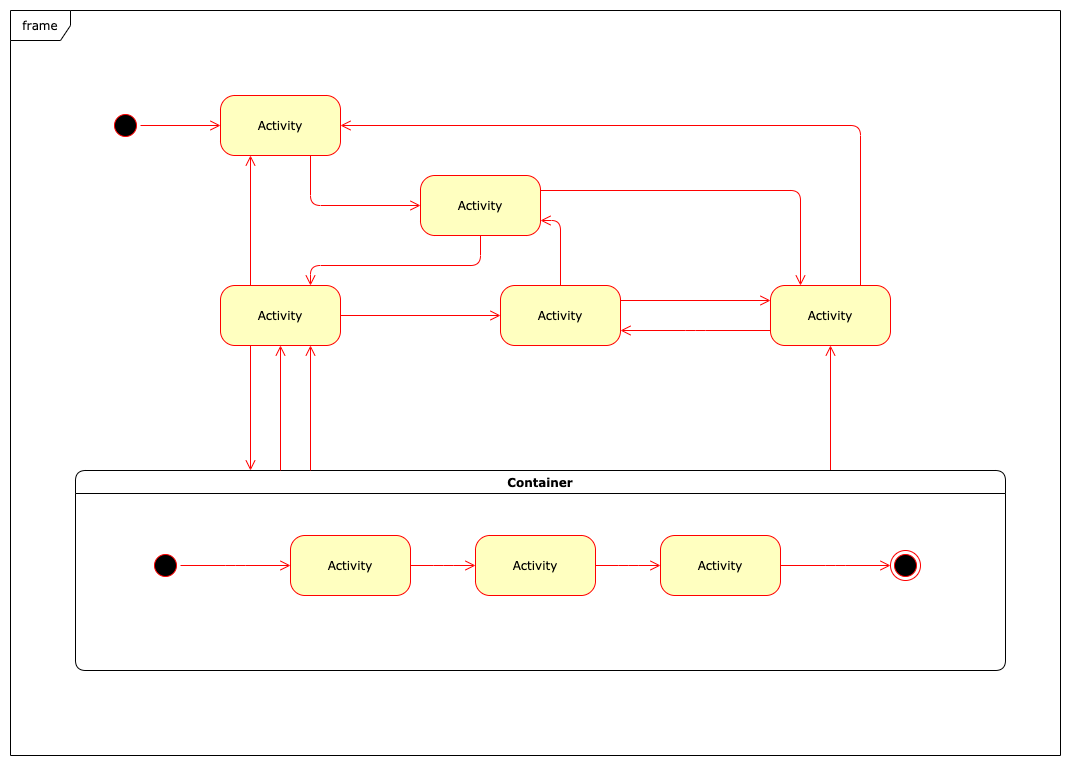
The draw.io diagram images/state-diagram.png in bartosz-lipinski/supplychain-mgmt, before a commit. Source tidied: cells renumbered, new cells last; positions are measured from the earlier drawing's top-left corner, leaving out a move shared by most shapes.
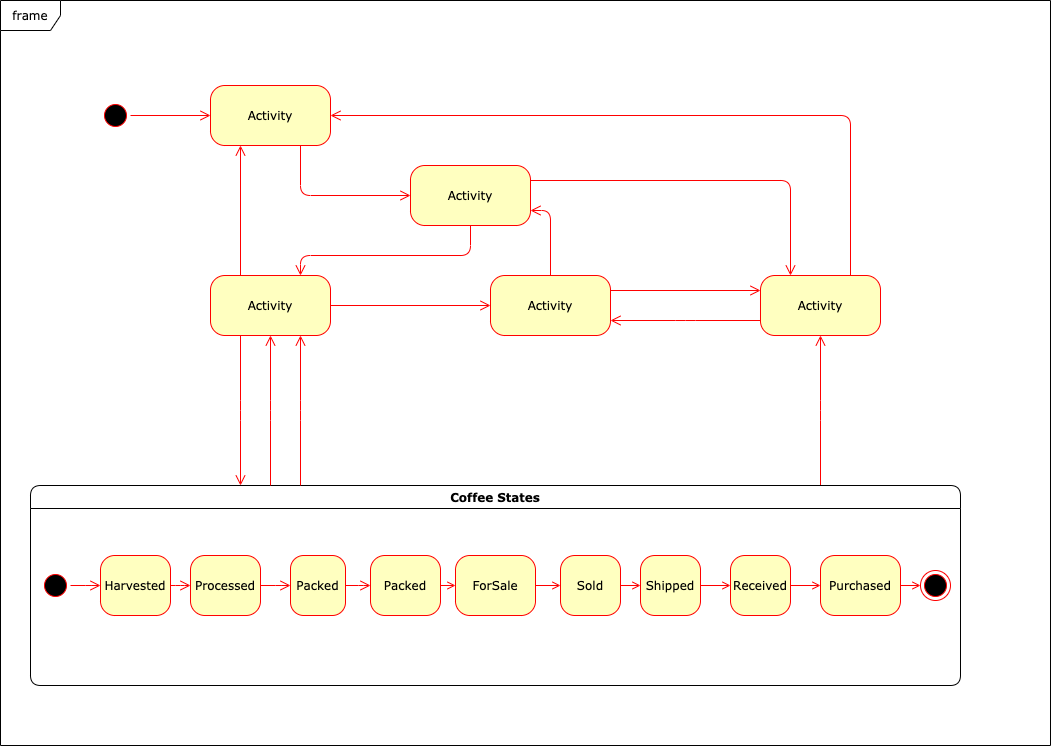
The same file after the commit.

Change to the diagram source:
```diff
@@ -2,6 +2,9 @@
   <root>
     <mxCell id="0" />
     <mxCell id="1" parent="0" />
+    <mxCell id="22" value="frame" style="shape=umlFrame;whiteSpace=wrap;html=1;rounded=1;shadow=0;comic=0;labelBackgroundColor=none;strokeWidth=1;fontFamily=Verdana;fontSize=12;align=center;" parent="1" vertex="1">
+      <mxGeometry width="1050" height="745" as="geometry" />
+    </mxCell>
     <mxCell id="2" style="ellipse;html=1;shape=startState;fillColor=#000000;strokeColor=#ff0000;rounded=1;shadow=0;comic=0;labelBackgroundColor=none;fontFamily=Verdana;fontSize=12;fontColor=#000000;align=center;direction=south;" parent="1" vertex="1">
       <mxGeometry x="100" y="100" width="30" height="30" as="geometry" />
     </mxCell>
@@ -36,39 +39,33 @@
     <mxCell id="11" style="edgeStyle=elbowEdgeStyle;html=1;labelBackgroundColor=none;endArrow=open;endSize=8;strokeColor=#ff0000;fontFamily=Verdana;fontSize=12;align=left;" parent="1" edge="1" source="12" target="9">
       <mxGeometry relative="1" as="geometry" />
     </mxCell>
-    <mxCell id="12" value="Container" style="swimlane;whiteSpace=wrap;html=1;rounded=1;shadow=0;comic=0;labelBackgroundColor=none;strokeWidth=1;fontFamily=Verdana;fontSize=12;align=center;" parent="1" vertex="1">
-      <mxGeometry x="65" y="460" width="930" height="200" as="geometry" />
+    <mxCell id="12" value="Coffee States" style="swimlane;whiteSpace=wrap;html=1;rounded=1;shadow=0;comic=0;labelBackgroundColor=none;strokeWidth=1;fontFamily=Verdana;fontSize=12;align=center;startSize=23;" parent="1" vertex="1">
+      <mxGeometry x="30" y="485" width="930" height="200" as="geometry" />
     </mxCell>
     <mxCell id="13" style="edgeStyle=elbowEdgeStyle;html=1;labelBackgroundColor=none;endArrow=open;endSize=8;strokeColor=#ff0000;fontFamily=Verdana;fontSize=12;align=left;" parent="12" edge="1" source="14" target="19">
       <mxGeometry relative="1" as="geometry" />
     </mxCell>
-    <mxCell id="14" value="Activity" style="rounded=1;whiteSpace=wrap;html=1;arcSize=24;fillColor=#ffffc0;strokeColor=#ff0000;shadow=0;comic=0;labelBackgroundColor=none;fontFamily=Verdana;fontSize=12;fontColor=#000000;align=center;" parent="12" vertex="1">
-      <mxGeometry x="215" y="65" width="120" height="60" as="geometry" />
+    <mxCell id="14" value="Harvested" style="rounded=1;whiteSpace=wrap;html=1;arcSize=24;fillColor=#ffffc0;strokeColor=#ff0000;shadow=0;comic=0;labelBackgroundColor=none;fontFamily=Verdana;fontSize=12;fontColor=#000000;align=center;" parent="12" vertex="1">
+      <mxGeometry x="70" y="70" width="70" height="60" as="geometry" />
     </mxCell>
     <mxCell id="15" style="ellipse;html=1;shape=endState;fillColor=#000000;strokeColor=#ff0000;rounded=1;shadow=0;comic=0;labelBackgroundColor=none;fontFamily=Verdana;fontSize=12;fontColor=#000000;align=center;" parent="12" vertex="1">
-      <mxGeometry x="815" y="80" width="30" height="30" as="geometry" />
+      <mxGeometry x="890" y="85" width="30" height="30" as="geometry" />
     </mxCell>
     <mxCell id="16" style="edgeStyle=elbowEdgeStyle;html=1;labelBackgroundColor=none;endArrow=open;endSize=8;strokeColor=#ff0000;fontFamily=Verdana;fontSize=12;align=left;" parent="12" edge="1" source="17" target="14">
       <mxGeometry relative="1" as="geometry" />
     </mxCell>
     <mxCell id="17" style="ellipse;html=1;shape=startState;fillColor=#000000;strokeColor=#ff0000;rounded=1;shadow=0;comic=0;labelBackgroundColor=none;fontFamily=Verdana;fontSize=12;fontColor=#000000;align=center;direction=south;" parent="12" vertex="1">
-      <mxGeometry x="75" y="80" width="30" height="30" as="geometry" />
+      <mxGeometry x="10" y="85" width="30" height="30" as="geometry" />
     </mxCell>
     <mxCell id="18" style="edgeStyle=elbowEdgeStyle;html=1;labelBackgroundColor=none;endArrow=open;endSize=8;strokeColor=#ff0000;fontFamily=Verdana;fontSize=12;align=left;" parent="12" edge="1" source="19" target="21">
       <mxGeometry relative="1" as="geometry" />
     </mxCell>
-    <mxCell id="19" value="Activity" style="rounded=1;whiteSpace=wrap;html=1;arcSize=24;fillColor=#ffffc0;strokeColor=#ff0000;shadow=0;comic=0;labelBackgroundColor=none;fontFamily=Verdana;fontSize=12;fontColor=#000000;align=center;" parent="12" vertex="1">
-      <mxGeometry x="400" y="65" width="120" height="60" as="geometry" />
+    <mxCell id="19" value="Processed" style="rounded=1;whiteSpace=wrap;html=1;arcSize=24;fillColor=#ffffc0;strokeColor=#ff0000;shadow=0;comic=0;labelBackgroundColor=none;fontFamily=Verdana;fontSize=12;fontColor=#000000;align=center;" parent="12" vertex="1">
+      <mxGeometry x="160" y="70" width="70" height="60" as="geometry" />
     </mxCell>
-    <mxCell id="20" style="edgeStyle=elbowEdgeStyle;html=1;labelBackgroundColor=none;endArrow=open;endSize=8;strokeColor=#ff0000;fontFamily=Verdana;fontSize=12;align=left;" parent="12" edge="1" source="21" target="15">
-      <mxGeometry relative="1" as="geometry" />
-    </mxCell>
-    <mxCell id="21" value="Activity" style="rounded=1;whiteSpace=wrap;html=1;arcSize=24;fillColor=#ffffc0;strokeColor=#ff0000;shadow=0;comic=0;labelBackgroundColor=none;fontFamily=Verdana;fontSize=12;fontColor=#000000;align=center;" parent="12" vertex="1">
-      <mxGeometry x="585" y="65" width="120" height="60" as="geometry" />
+    <mxCell id="21" value="Packed" style="rounded=1;whiteSpace=wrap;html=1;arcSize=24;fillColor=#ffffc0;strokeColor=#ff0000;shadow=0;comic=0;labelBackgroundColor=none;fontFamily=Verdana;fontSize=12;fontColor=#000000;align=center;" parent="12" vertex="1">
+      <mxGeometry x="260" y="70" width="55" height="60" as="geometry" />
     </mxCell>
-    <mxCell id="22" value="frame" style="shape=umlFrame;whiteSpace=wrap;html=1;rounded=1;shadow=0;comic=0;labelBackgroundColor=none;strokeWidth=1;fontFamily=Verdana;fontSize=12;align=center;" parent="1" vertex="1">
-      <mxGeometry width="1050" height="745" as="geometry" />
-    </mxCell>
     <mxCell id="23" style="edgeStyle=orthogonalEdgeStyle;html=1;labelBackgroundColor=none;endArrow=open;endSize=8;strokeColor=#ff0000;fontFamily=Verdana;fontSize=12;align=left;" parent="1" edge="1" source="2" target="4">
       <mxGeometry relative="1" as="geometry" />
     </mxCell>
@@ -108,5 +105,44 @@
     <mxCell id="32" style="edgeStyle=elbowEdgeStyle;html=1;labelBackgroundColor=none;endArrow=open;endSize=8;strokeColor=#ff0000;fontFamily=Verdana;fontSize=12;align=left;exitX=0.25;exitY=1;" parent="1" edge="1" source="3" target="12">
       <mxGeometry relative="1" as="geometry" />
     </mxCell>
+    <mxCell id="33" style="edgeStyle=orthogonalEdgeStyle;rounded=0;jettySize=auto;html=1;exitX=1;exitY=0.5;exitDx=0;exitDy=0;entryX=0;entryY=0.5;entryDx=0;entryDy=0;endArrow=open;endFill=0;strokeColor=#FF0000;" parent="1" edge="1" source="34" target="42">
+      <mxGeometry relative="1" as="geometry" />
+    </mxCell>
+    <mxCell id="34" value="Shipped" style="rounded=1;whiteSpace=wrap;html=1;arcSize=24;fillColor=#ffffc0;strokeColor=#ff0000;shadow=0;comic=0;labelBackgroundColor=none;fontFamily=Verdana;fontSize=12;fontColor=#000000;align=center;" parent="1" vertex="1">
+      <mxGeometry x="640" y="555" width="60" height="60" as="geometry" />
+    </mxCell>
+    <mxCell id="35" style="edgeStyle=orthogonalEdgeStyle;rounded=0;jettySize=auto;html=1;exitX=1;exitY=0.5;exitDx=0;exitDy=0;entryX=0;entryY=0.5;entryDx=0;entryDy=0;endArrow=open;endFill=0;strokeColor=#FF0000;" parent="1" edge="1" source="36" target="34">
+      <mxGeometry relative="1" as="geometry" />
+    </mxCell>
+    <mxCell id="36" value="Sold" style="rounded=1;whiteSpace=wrap;html=1;arcSize=24;fillColor=#ffffc0;strokeColor=#ff0000;shadow=0;comic=0;labelBackgroundColor=none;fontFamily=Verdana;fontSize=12;fontColor=#000000;align=center;" parent="1" vertex="1">
+      <mxGeometry x="560" y="555" width="60" height="60" as="geometry" />
+    </mxCell>
+    <mxCell id="37" style="edgeStyle=orthogonalEdgeStyle;rounded=0;jettySize=auto;html=1;exitX=1;exitY=0.5;exitDx=0;exitDy=0;entryX=0;entryY=0.5;entryDx=0;entryDy=0;endArrow=open;endFill=0;strokeColor=#FF0000;" parent="1" edge="1" source="38" target="36">
+      <mxGeometry relative="1" as="geometry" />
+    </mxCell>
+    <mxCell id="38" value="ForSale" style="rounded=1;whiteSpace=wrap;html=1;arcSize=24;fillColor=#ffffc0;strokeColor=#ff0000;shadow=0;comic=0;labelBackgroundColor=none;fontFamily=Verdana;fontSize=12;fontColor=#000000;align=center;" parent="1" vertex="1">
+      <mxGeometry x="455" y="555" width="80" height="60" as="geometry" />
+    </mxCell>
+    <mxCell id="39" style="edgeStyle=orthogonalEdgeStyle;rounded=0;jettySize=auto;html=1;exitX=1;exitY=0.5;exitDx=0;exitDy=0;entryX=0;entryY=0.5;entryDx=0;entryDy=0;fillColor=#f8cecc;strokeColor=#FF0000;endArrow=open;endFill=0;" parent="1" edge="1" source="40" target="38">
+      <mxGeometry relative="1" as="geometry" />
+    </mxCell>
+    <mxCell id="40" value="Packed" style="rounded=1;whiteSpace=wrap;html=1;arcSize=24;fillColor=#ffffc0;strokeColor=#ff0000;shadow=0;comic=0;labelBackgroundColor=none;fontFamily=Verdana;fontSize=12;fontColor=#000000;align=center;" parent="1" vertex="1">
+      <mxGeometry x="370" y="555" width="70" height="60" as="geometry" />
+    </mxCell>
+    <mxCell id="41" style="edgeStyle=orthogonalEdgeStyle;rounded=0;jettySize=auto;html=1;exitX=1;exitY=0.5;exitDx=0;exitDy=0;entryX=0;entryY=0.5;entryDx=0;entryDy=0;endArrow=open;endFill=0;strokeColor=#FF0000;" parent="1" edge="1" source="42" target="44">
+      <mxGeometry relative="1" as="geometry" />
+    </mxCell>
+    <mxCell id="42" value="Received" style="rounded=1;whiteSpace=wrap;html=1;arcSize=24;fillColor=#ffffc0;strokeColor=#ff0000;shadow=0;comic=0;labelBackgroundColor=none;fontFamily=Verdana;fontSize=12;fontColor=#000000;align=center;" parent="1" vertex="1">
+      <mxGeometry x="730" y="555" width="60" height="60" as="geometry" />
+    </mxCell>
+    <mxCell id="43" style="edgeStyle=orthogonalEdgeStyle;rounded=0;jettySize=auto;html=1;exitX=1;exitY=0.5;exitDx=0;exitDy=0;entryX=0;entryY=0.5;entryDx=0;entryDy=0;endArrow=open;endFill=0;strokeColor=#FF0000;" parent="1" edge="1" source="44" target="15">
+      <mxGeometry relative="1" as="geometry" />
+    </mxCell>
+    <mxCell id="44" value="Purchased" style="rounded=1;whiteSpace=wrap;html=1;arcSize=24;fillColor=#ffffc0;strokeColor=#ff0000;shadow=0;comic=0;labelBackgroundColor=none;fontFamily=Verdana;fontSize=12;fontColor=#000000;align=center;" parent="1" vertex="1">
+      <mxGeometry x="820" y="555" width="80" height="60" as="geometry" />
+    </mxCell>
+    <mxCell id="20" style="edgeStyle=elbowEdgeStyle;html=1;labelBackgroundColor=none;endArrow=open;endSize=8;strokeColor=#ff0000;fontFamily=Verdana;fontSize=12;align=left;entryX=0;entryY=0.5;entryDx=0;entryDy=0;" parent="1" edge="1" source="21" target="40">
+      <mxGeometry relative="1" as="geometry" />
+    </mxCell>
   </root>
 </mxGraphModel>
```
